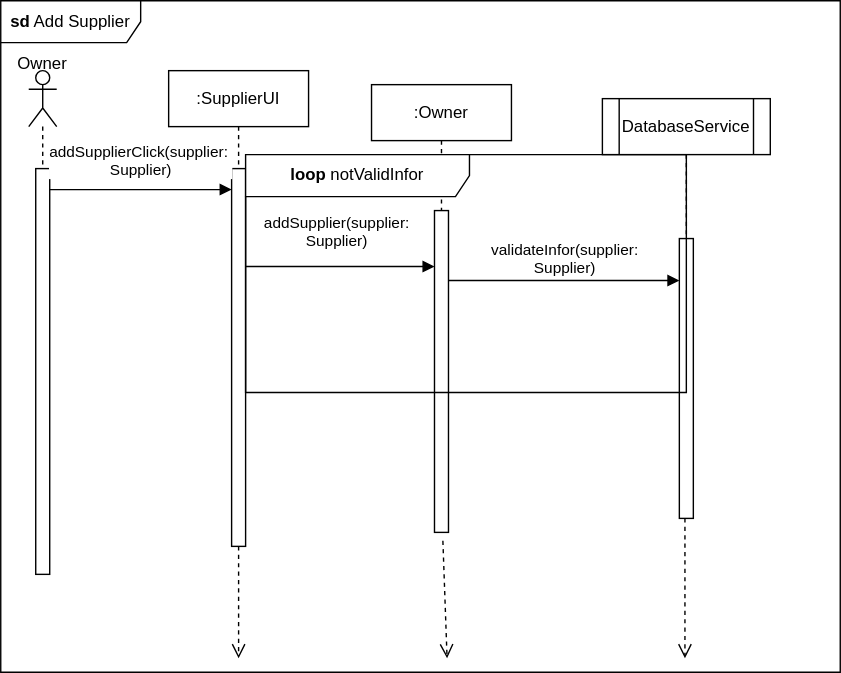
Before: Add_supp.svg, a diagram exported from draw.io (Simamkele88/IFM3_GP). Source tidied: cells renumbered, new cells last; positions are measured from the earlier drawing's top-left corner, leaving out a move shared by most shapes.
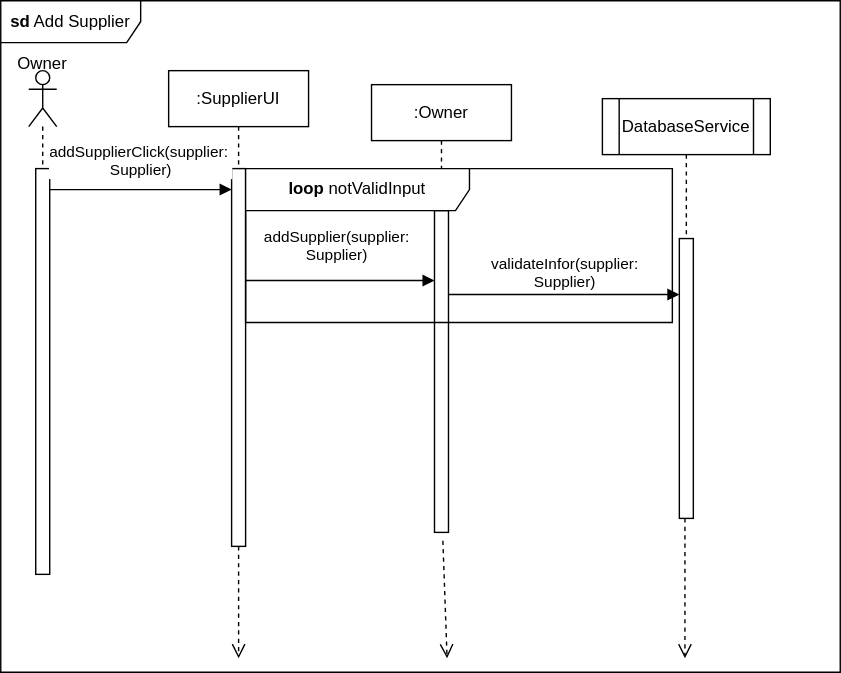
Later version of the same file.

The edit, as a diff of the source:
```diff
@@ -58,8 +58,8 @@
     <mxCell id="16" value="Owner" style="text;html=1;align=center;verticalAlign=middle;whiteSpace=wrap;rounded=0;" parent="1" vertex="1">
       <mxGeometry y="30" width="60" height="30" as="geometry" />
     </mxCell>
-    <mxCell id="17" value="&lt;b&gt;loop&lt;/b&gt; notValidInfor" style="shape=umlFrame;whiteSpace=wrap;html=1;width=160;" parent="1" vertex="1">
-      <mxGeometry x="175" y="110" width="315" height="170" as="geometry" />
+    <mxCell id="17" value="&lt;b&gt;loop&lt;/b&gt; notValidInput" style="shape=umlFrame;whiteSpace=wrap;html=1;width=160;" parent="1" vertex="1">
+      <mxGeometry x="175" y="120" width="305" height="110" as="geometry" />
     </mxCell>
     <mxCell id="18" value="addSupplier(supplier:&lt;div&gt;Supplier)&lt;/div&gt;" style="html=1;verticalAlign=bottom;endArrow=block;curved=0;rounded=0;" parent="17" edge="1">
       <mxGeometry x="-0.04" y="10" relative="1" as="geometry">
```
